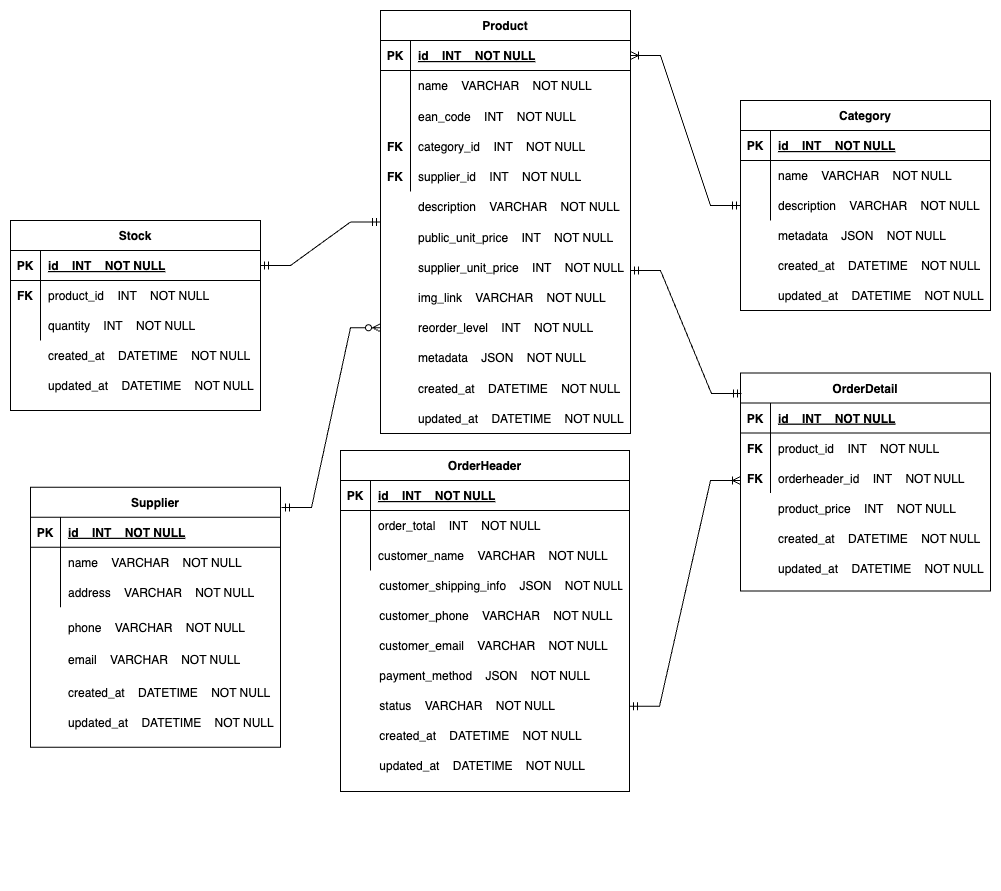
This is documentation/final_report/diagrams/webshop_erd.png from Helly2010/Cloud-Computing-Project, a draw.io export, as it was before one commit. Source tidied: cells renumbered, new cells last; positions are measured from the earlier drawing's top-left corner, leaving out a move shared by most shapes.
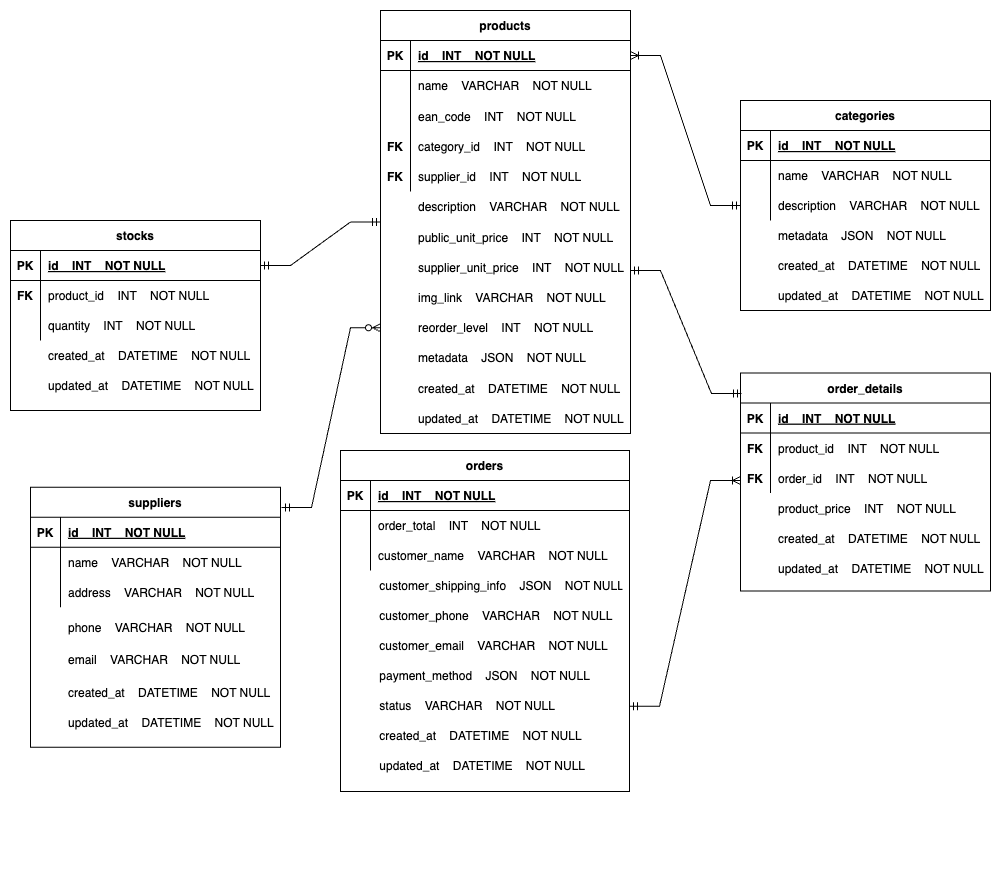
Above is the later version.

The edit, as a diff of the source:
```diff
@@ -8,7 +8,7 @@
     <mxCell id="3" style="group;fontFamily=Helvetica;" parent="2" vertex="1">
       <mxGeometry y="6.8" width="250" height="260" as="geometry" />
     </mxCell>
-    <mxCell id="4" value="Supplier" style="shape=table;startSize=30;rowLines=0;fontStyle=1;align=center;" parent="3" vertex="1">
+    <mxCell id="4" value="suppliers" style="shape=table;startSize=30;rowLines=0;fontStyle=1;align=center;" parent="3" vertex="1">
       <mxGeometry width="250" height="260" as="geometry" />
     </mxCell>
     <mxCell id="5" style="shape=partialRectangle;fillColor=none;top=0;left=0;right=0;bottom=1;fontFamily=Helvetica;" parent="4" vertex="1">
@@ -56,7 +56,7 @@
     <mxCell id="19" style="group;fontFamily=Helvetica;" parent="1" vertex="1">
       <mxGeometry x="470" width="610" height="580.6" as="geometry" />
     </mxCell>
-    <mxCell id="20" value="Product" style="shape=table;startSize=30;rowLines=0;fontStyle=1;align=center;" parent="19" vertex="1">
+    <mxCell id="20" value="products" style="shape=table;startSize=30;rowLines=0;fontStyle=1;align=center;" parent="19" vertex="1">
       <mxGeometry width="250" height="423" as="geometry" />
     </mxCell>
     <mxCell id="21" style="shape=partialRectangle;fillColor=none;points=[[0,0.5],[1,0.5]];portConstraint=eastwest;top=0;left=0;right=0;bottom=1;fontFamily=Helvetica;" parent="20" vertex="1">
@@ -125,7 +125,7 @@
     <mxCell id="41" style="group;fontFamily=Helvetica;" parent="19" vertex="1">
       <mxGeometry x="360" y="362.6" width="250" height="218" as="geometry" />
     </mxCell>
-    <mxCell id="42" value="OrderDetail" style="shape=table;startSize=30;rowLines=0;fontStyle=1;align=center;" parent="41" vertex="1">
+    <mxCell id="42" value="order_details" style="shape=table;startSize=30;rowLines=0;fontStyle=1;align=center;" parent="41" vertex="1">
       <mxGeometry width="250" height="218" as="geometry" />
     </mxCell>
     <mxCell id="43" style="shape=partialRectangle;fillColor=none;top=0;left=0;right=0;bottom=1;fontFamily=Helvetica;" parent="42" vertex="1">
@@ -152,7 +152,7 @@
     <mxCell id="50" style="shape=partialRectangle;overflow=hidden;fillColor=none;top=0;left=0;bottom=0;right=0;fontFamily=Helvetica;" parent="49" vertex="1">
       <mxGeometry width="30" height="30" as="geometry" />
     </mxCell>
-    <mxCell id="51" value="orderheader_id    INT    NOT NULL" style="shape=partialRectangle;overflow=hidden;fillColor=none;top=0;left=0;bottom=0;right=0;align=left;spacingLeft=6;fontFamily=Helvetica;" parent="49" vertex="1">
+    <mxCell id="51" value="order_id    INT    NOT NULL" style="shape=partialRectangle;overflow=hidden;fillColor=none;top=0;left=0;bottom=0;right=0;align=left;spacingLeft=6;fontFamily=Helvetica;" parent="49" vertex="1">
       <mxGeometry x="30" width="220" height="30" as="geometry" />
     </mxCell>
     <mxCell id="52" value="product_price    INT    NOT NULL" style="shape=partialRectangle;overflow=hidden;fillColor=none;top=0;left=0;bottom=0;right=0;align=left;spacingLeft=6;fontFamily=Helvetica;" parent="41" vertex="1">
@@ -183,7 +183,7 @@
     <mxCell id="59" value="y" style="group;fontFamily=Helvetica;" parent="1" vertex="1">
       <mxGeometry x="830" y="100" width="250" height="210" as="geometry" />
     </mxCell>
-    <mxCell id="60" value="Category" style="shape=table;startSize=30;rowLines=0;fontStyle=1;align=center;" parent="59" vertex="1">
+    <mxCell id="60" value="categories" style="shape=table;startSize=30;rowLines=0;fontStyle=1;align=center;" parent="59" vertex="1">
       <mxGeometry y="-10" width="250" height="210" as="geometry" />
     </mxCell>
     <mxCell id="61" style="shape=partialRectangle;fillColor=none;top=0;left=0;right=0;bottom=1;fontFamily=Helvetica;" parent="60" vertex="1">
@@ -267,7 +267,7 @@
     <mxCell id="83" value="updated_at    DATETIME    NOT NULL" style="shape=partialRectangle;overflow=hidden;fillColor=none;top=0;left=0;bottom=0;right=0;align=left;spacingLeft=6;fontFamily=Helvetica;" parent="76" vertex="1">
       <mxGeometry x="31.3" y="300" width="250.7" height="30" as="geometry" />
     </mxCell>
-    <mxCell id="84" value="OrderHeader" style="shape=table;startSize=30;rowLines=0;fontStyle=1;align=center;" parent="76" vertex="1">
+    <mxCell id="84" value="orders" style="shape=table;startSize=30;rowLines=0;fontStyle=1;align=center;" parent="76" vertex="1">
       <mxGeometry width="289" height="341" as="geometry" />
     </mxCell>
     <mxCell id="85" style="shape=partialRectangle;fillColor=none;top=0;left=0;right=0;bottom=1;fontFamily=Helvetica;" parent="84" vertex="1">
@@ -300,7 +300,7 @@
     <mxCell id="94" style="group;" parent="1" vertex="1">
       <mxGeometry x="100" y="210" width="250" height="190" as="geometry" />
     </mxCell>
-    <mxCell id="95" value="Stock" style="shape=table;startSize=30;rowLines=0;fontStyle=1;align=center;" parent="94" vertex="1">
+    <mxCell id="95" value="stocks" style="shape=table;startSize=30;rowLines=0;fontStyle=1;align=center;" parent="94" vertex="1">
       <mxGeometry width="250" height="190" as="geometry" />
     </mxCell>
     <mxCell id="96" style="shape=partialRectangle;fillColor=none;points=[[0,0.5],[1,0.5]];portConstraint=eastwest;top=0;left=0;right=0;bottom=1;fontFamily=Helvetica;" parent="95" vertex="1">
```
